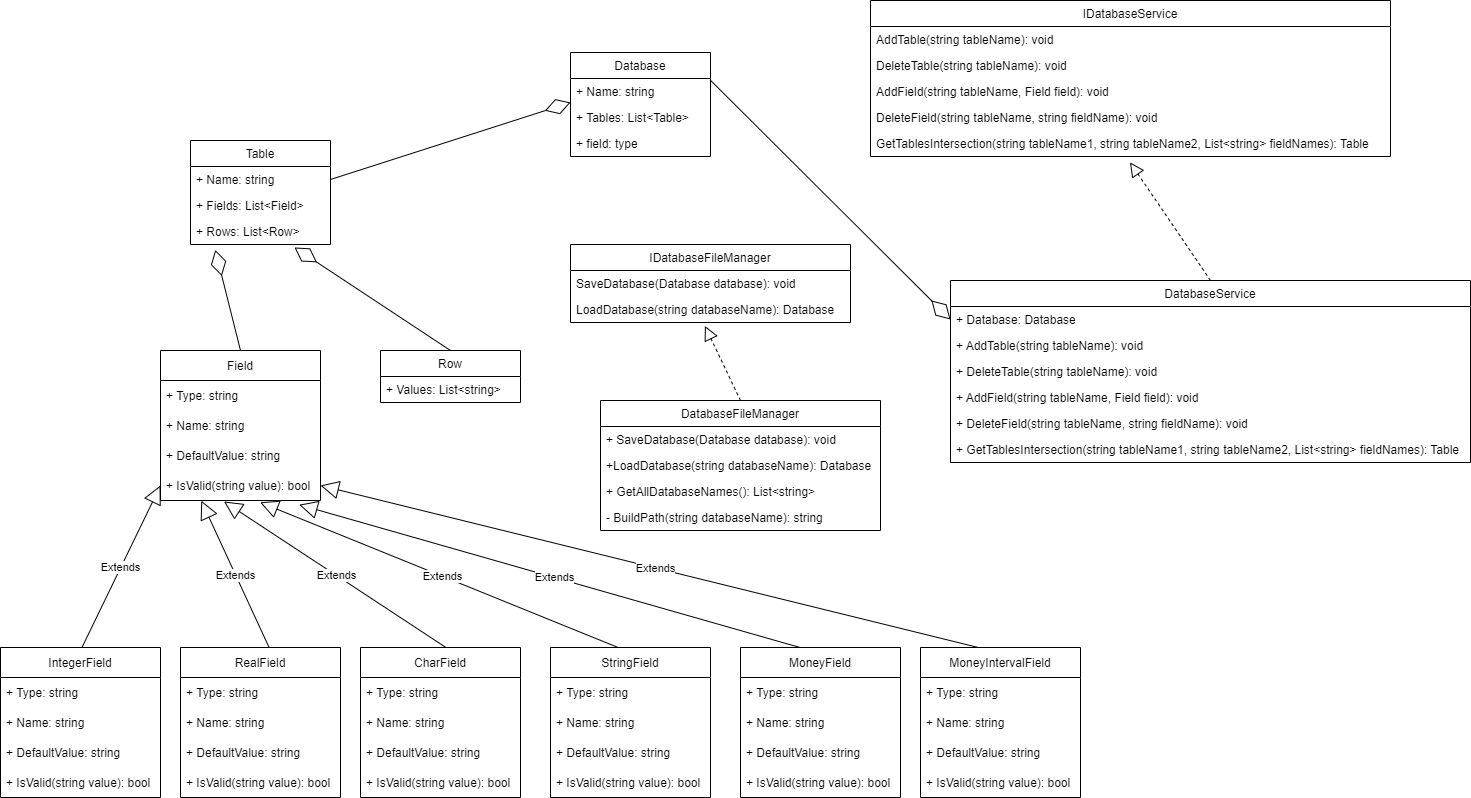
This is img/ClassDiagram1.png from Serhii-beep/DatabaseManagementSystem, a draw.io export, as it was before one commit. Source tidied: cells renumbered, new cells last; positions are measured from the earlier drawing's top-left corner, leaving out a move shared by most shapes.
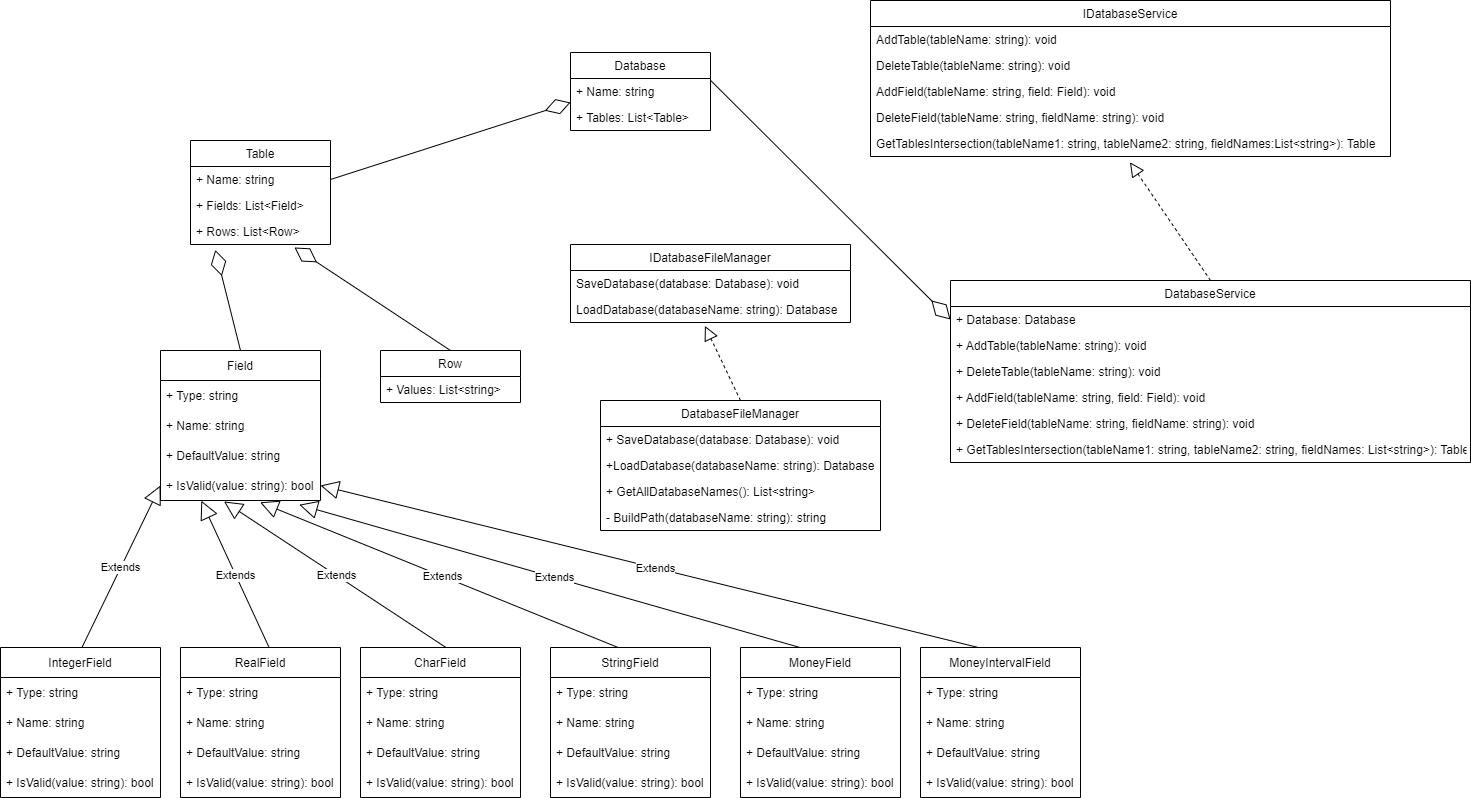
The same file after the commit.

Change to the diagram source:
```diff
@@ -14,7 +14,7 @@
     <mxCell id="5" value="+ DefaultValue: string" style="text;strokeColor=none;fillColor=none;align=left;verticalAlign=middle;spacingLeft=4;spacingRight=4;overflow=hidden;" parent="2" vertex="1">
       <mxGeometry y="90" width="160" height="30" as="geometry" />
     </mxCell>
-    <mxCell id="6" value="+ IsValid(string value): bool" style="text;strokeColor=none;fillColor=none;align=left;verticalAlign=middle;spacingLeft=4;spacingRight=4;overflow=hidden;points=[[0,0.5],[1,0.5]];portConstraint=eastwest;" parent="2" vertex="1">
+    <mxCell id="6" value="+ IsValid(value: string): bool" style="text;strokeColor=none;fillColor=none;align=left;verticalAlign=middle;spacingLeft=4;spacingRight=4;overflow=hidden;points=[[0,0.5],[1,0.5]];portConstraint=eastwest;" parent="2" vertex="1">
       <mxGeometry y="120" width="160" height="30" as="geometry" />
     </mxCell>
     <mxCell id="7" value="Extends" style="endArrow=block;endSize=16;endFill=0;html=1;rounded=0;exitX=0.5;exitY=0;exitDx=0;exitDy=0;entryX=0;entryY=0.5;entryDx=0;entryDy=0;" parent="1" edge="1" target="6">
@@ -66,7 +66,7 @@
       <mxGeometry y="78" width="140" height="26" as="geometry" />
     </mxCell>
     <mxCell id="19" value="Database" style="swimlane;fontStyle=0;horizontal=1;startSize=26;fillColor=none;" parent="1" vertex="1">
-      <mxGeometry x="570" y="52" width="140" height="104" as="geometry" />
+      <mxGeometry x="570" y="52" width="140" height="78" as="geometry" />
     </mxCell>
     <mxCell id="20" value="+ Name: string" style="text;strokeColor=none;fillColor=none;align=left;verticalAlign=top;spacingLeft=4;spacingRight=4;overflow=hidden;points=[[0,0.5],[1,0.5]];portConstraint=eastwest;" parent="19" vertex="1">
       <mxGeometry y="26" width="140" height="26" as="geometry" />
@@ -74,9 +74,6 @@
     <mxCell id="21" value="+ Tables: List&lt;Table&gt;" style="text;strokeColor=none;fillColor=none;align=left;verticalAlign=top;spacingLeft=4;spacingRight=4;overflow=hidden;" parent="19" vertex="1">
       <mxGeometry y="52" width="140" height="26" as="geometry" />
     </mxCell>
-    <mxCell id="22" value="+ field: type" style="text;strokeColor=none;fillColor=none;align=left;verticalAlign=top;spacingLeft=4;spacingRight=4;overflow=hidden;" parent="19" vertex="1">
-      <mxGeometry y="78" width="140" height="26" as="geometry" />
-    </mxCell>
     <mxCell id="23" style="endArrow=diamondThin;endFill=0;endSize=24;html=1;rounded=0;entryX=0.177;entryY=1.208;entryDx=0;entryDy=0;entryPerimeter=0;exitX=0.5;exitY=0;exitDx=0;exitDy=0;" parent="1" edge="1" source="2" target="18">
       <mxGeometry relative="1" as="geometry" />
     </mxCell>
@@ -89,10 +86,10 @@
     <mxCell id="26" value="IDatabaseFileManager" style="swimlane;fontStyle=0;horizontal=1;startSize=26;fillColor=none;" parent="1" vertex="1">
       <mxGeometry x="570" y="244" width="280" height="78" as="geometry" />
     </mxCell>
-    <mxCell id="27" value="SaveDatabase(Database database): void" style="text;strokeColor=none;fillColor=none;align=left;verticalAlign=top;spacingLeft=4;spacingRight=4;overflow=hidden;" parent="26" vertex="1">
+    <mxCell id="27" value="SaveDatabase(database: Database): void" style="text;strokeColor=none;fillColor=none;align=left;verticalAlign=top;spacingLeft=4;spacingRight=4;overflow=hidden;" parent="26" vertex="1">
       <mxGeometry y="26" width="280" height="26" as="geometry" />
     </mxCell>
-    <mxCell id="28" value="LoadDatabase(string databaseName): Database" style="text;strokeColor=none;fillColor=none;align=left;verticalAlign=top;spacingLeft=4;spacingRight=4;overflow=hidden;points=[[0,0.5],[1,0.5]];portConstraint=eastwest;" parent="26" vertex="1">
+    <mxCell id="28" value="LoadDatabase(databaseName: string): Database" style="text;strokeColor=none;fillColor=none;align=left;verticalAlign=top;spacingLeft=4;spacingRight=4;overflow=hidden;points=[[0,0.5],[1,0.5]];portConstraint=eastwest;" parent="26" vertex="1">
       <mxGeometry y="52" width="280" height="26" as="geometry" />
     </mxCell>
     <mxCell id="29" style="endArrow=block;dashed=1;endFill=0;endSize=12;html=1;rounded=0;entryX=0.48;entryY=1.131;entryDx=0;entryDy=0;entryPerimeter=0;exitX=0.5;exitY=0;exitDx=0;exitDy=0;" parent="1" edge="1" source="30" target="28">
@@ -101,34 +98,34 @@
     <mxCell id="30" value="DatabaseFileManager" style="swimlane;fontStyle=0;horizontal=1;startSize=26;fillColor=none;" parent="1" vertex="1">
       <mxGeometry x="600" y="400" width="280" height="130" as="geometry" />
     </mxCell>
-    <mxCell id="31" value="+ SaveDatabase(Database database): void" style="text;strokeColor=none;fillColor=none;align=left;verticalAlign=top;spacingLeft=4;spacingRight=4;overflow=hidden;" parent="30" vertex="1">
+    <mxCell id="31" value="+ SaveDatabase(database: Database): void" style="text;strokeColor=none;fillColor=none;align=left;verticalAlign=top;spacingLeft=4;spacingRight=4;overflow=hidden;" parent="30" vertex="1">
       <mxGeometry y="26" width="280" height="26" as="geometry" />
     </mxCell>
-    <mxCell id="32" value="+LoadDatabase(string databaseName): Database" style="text;strokeColor=none;fillColor=none;align=left;verticalAlign=top;spacingLeft=4;spacingRight=4;overflow=hidden;" parent="30" vertex="1">
+    <mxCell id="32" value="+LoadDatabase(databaseName: string): Database" style="text;strokeColor=none;fillColor=none;align=left;verticalAlign=top;spacingLeft=4;spacingRight=4;overflow=hidden;" parent="30" vertex="1">
       <mxGeometry y="52" width="280" height="26" as="geometry" />
     </mxCell>
     <mxCell id="33" value="+ GetAllDatabaseNames(): List&lt;string&gt;" style="text;strokeColor=none;fillColor=none;align=left;verticalAlign=top;spacingLeft=4;spacingRight=4;overflow=hidden;" parent="30" vertex="1">
       <mxGeometry y="78" width="280" height="26" as="geometry" />
     </mxCell>
-    <mxCell id="34" value="- BuildPath(string databaseName): string" style="text;strokeColor=none;fillColor=none;align=left;verticalAlign=top;spacingLeft=4;spacingRight=4;overflow=hidden;" parent="30" vertex="1">
+    <mxCell id="34" value="- BuildPath(databaseName: string): string" style="text;strokeColor=none;fillColor=none;align=left;verticalAlign=top;spacingLeft=4;spacingRight=4;overflow=hidden;" parent="30" vertex="1">
       <mxGeometry y="104" width="280" height="26" as="geometry" />
     </mxCell>
     <mxCell id="35" value="IDatabaseService" style="swimlane;fontStyle=0;horizontal=1;startSize=26;fillColor=none;" parent="1" vertex="1">
       <mxGeometry x="870" width="520" height="156" as="geometry" />
     </mxCell>
-    <mxCell id="36" value="AddTable(string tableName): void" style="text;strokeColor=none;fillColor=none;align=left;verticalAlign=top;spacingLeft=4;spacingRight=4;overflow=hidden;" parent="35" vertex="1">
+    <mxCell id="36" value="AddTable(tableName: string): void" style="text;strokeColor=none;fillColor=none;align=left;verticalAlign=top;spacingLeft=4;spacingRight=4;overflow=hidden;" parent="35" vertex="1">
       <mxGeometry y="26" width="520" height="26" as="geometry" />
     </mxCell>
-    <mxCell id="37" value="DeleteTable(string tableName): void" style="text;strokeColor=none;fillColor=none;align=left;verticalAlign=top;spacingLeft=4;spacingRight=4;overflow=hidden;" parent="35" vertex="1">
+    <mxCell id="37" value="DeleteTable(tableName: string): void" style="text;strokeColor=none;fillColor=none;align=left;verticalAlign=top;spacingLeft=4;spacingRight=4;overflow=hidden;" parent="35" vertex="1">
       <mxGeometry y="52" width="520" height="26" as="geometry" />
     </mxCell>
-    <mxCell id="38" value="AddField(string tableName, Field field): void" style="text;strokeColor=none;fillColor=none;align=left;verticalAlign=top;spacingLeft=4;spacingRight=4;overflow=hidden;" parent="35" vertex="1">
+    <mxCell id="38" value="AddField(tableName: string, field: Field): void" style="text;strokeColor=none;fillColor=none;align=left;verticalAlign=top;spacingLeft=4;spacingRight=4;overflow=hidden;" parent="35" vertex="1">
       <mxGeometry y="78" width="520" height="26" as="geometry" />
     </mxCell>
-    <mxCell id="39" value="DeleteField(string tableName, string fieldName): void" style="text;strokeColor=none;fillColor=none;align=left;verticalAlign=top;spacingLeft=4;spacingRight=4;overflow=hidden;" parent="35" vertex="1">
+    <mxCell id="39" value="DeleteField(tableName: string, fieldName: string): void" style="text;strokeColor=none;fillColor=none;align=left;verticalAlign=top;spacingLeft=4;spacingRight=4;overflow=hidden;" parent="35" vertex="1">
       <mxGeometry y="104" width="520" height="26" as="geometry" />
     </mxCell>
-    <mxCell id="40" value="GetTablesIntersection(string tableName1, string tableName2, List&lt;string&gt; fieldNames): Table" style="text;strokeColor=none;fillColor=none;align=left;verticalAlign=top;spacingLeft=4;spacingRight=4;overflow=hidden;points=[[0,0.5],[1,0.5]];portConstraint=eastwest;" parent="35" vertex="1">
+    <mxCell id="40" value="GetTablesIntersection(tableName1: string, tableName2: string, fieldNames:List&lt;string&gt;): Table" style="text;strokeColor=none;fillColor=none;align=left;verticalAlign=top;spacingLeft=4;spacingRight=4;overflow=hidden;points=[[0,0.5],[1,0.5]];portConstraint=eastwest;" parent="35" vertex="1">
       <mxGeometry y="130" width="520" height="26" as="geometry" />
     </mxCell>
     <mxCell id="41" value="DatabaseService" style="swimlane;fontStyle=0;horizontal=1;startSize=26;fillColor=none;" parent="1" vertex="1">
@@ -137,19 +134,19 @@
     <mxCell id="42" value="+ Database: Database" style="text;strokeColor=none;fillColor=none;align=left;verticalAlign=top;spacingLeft=4;spacingRight=4;overflow=hidden;points=[[0,0.5],[1,0.5]];portConstraint=eastwest;" parent="41" vertex="1">
       <mxGeometry y="26" width="520" height="26" as="geometry" />
     </mxCell>
-    <mxCell id="43" value="+ AddTable(string tableName): void" style="text;strokeColor=none;fillColor=none;align=left;verticalAlign=top;spacingLeft=4;spacingRight=4;overflow=hidden;" parent="41" vertex="1">
+    <mxCell id="43" value="+ AddTable(tableName: string): void" style="text;strokeColor=none;fillColor=none;align=left;verticalAlign=top;spacingLeft=4;spacingRight=4;overflow=hidden;" parent="41" vertex="1">
       <mxGeometry y="52" width="520" height="26" as="geometry" />
     </mxCell>
-    <mxCell id="44" value="+ DeleteTable(string tableName): void" style="text;strokeColor=none;fillColor=none;align=left;verticalAlign=top;spacingLeft=4;spacingRight=4;overflow=hidden;" parent="41" vertex="1">
+    <mxCell id="44" value="+ DeleteTable(tableName: string): void" style="text;strokeColor=none;fillColor=none;align=left;verticalAlign=top;spacingLeft=4;spacingRight=4;overflow=hidden;" parent="41" vertex="1">
       <mxGeometry y="78" width="520" height="26" as="geometry" />
     </mxCell>
-    <mxCell id="45" value="+ AddField(string tableName, Field field): void" style="text;strokeColor=none;fillColor=none;align=left;verticalAlign=top;spacingLeft=4;spacingRight=4;overflow=hidden;" parent="41" vertex="1">
+    <mxCell id="45" value="+ AddField(tableName: string, field: Field): void" style="text;strokeColor=none;fillColor=none;align=left;verticalAlign=top;spacingLeft=4;spacingRight=4;overflow=hidden;" parent="41" vertex="1">
       <mxGeometry y="104" width="520" height="26" as="geometry" />
     </mxCell>
-    <mxCell id="46" value="+ DeleteField(string tableName, string fieldName): void" style="text;strokeColor=none;fillColor=none;align=left;verticalAlign=top;spacingLeft=4;spacingRight=4;overflow=hidden;" parent="41" vertex="1">
+    <mxCell id="46" value="+ DeleteField(tableName: string, fieldName: string): void" style="text;strokeColor=none;fillColor=none;align=left;verticalAlign=top;spacingLeft=4;spacingRight=4;overflow=hidden;" parent="41" vertex="1">
       <mxGeometry y="130" width="520" height="26" as="geometry" />
     </mxCell>
-    <mxCell id="47" value="+ GetTablesIntersection(string tableName1, string tableName2, List&lt;string&gt; fieldNames): Table" style="text;strokeColor=none;fillColor=none;align=left;verticalAlign=top;spacingLeft=4;spacingRight=4;overflow=hidden;" parent="41" vertex="1">
+    <mxCell id="47" value="+ GetTablesIntersection(tableName1: string, tableName2: string, fieldNames: List&lt;string&gt;): Table" style="text;strokeColor=none;fillColor=none;align=left;verticalAlign=top;spacingLeft=4;spacingRight=4;overflow=hidden;" parent="41" vertex="1">
       <mxGeometry y="156" width="520" height="26" as="geometry" />
     </mxCell>
     <mxCell id="48" style="endArrow=block;dashed=1;endFill=0;endSize=12;html=1;rounded=0;entryX=0.499;entryY=1.223;entryDx=0;entryDy=0;entryPerimeter=0;exitX=0.5;exitY=0;exitDx=0;exitDy=0;" parent="1" edge="1" source="41" target="40">
@@ -170,7 +167,7 @@
     <mxCell id="53" value="+ DefaultValue: string" style="text;strokeColor=none;fillColor=none;align=left;verticalAlign=middle;spacingLeft=4;spacingRight=4;overflow=hidden;" parent="50" vertex="1">
       <mxGeometry y="90" width="160" height="30" as="geometry" />
     </mxCell>
-    <mxCell id="54" value="+ IsValid(string value): bool" style="text;strokeColor=none;fillColor=none;align=left;verticalAlign=middle;spacingLeft=4;spacingRight=4;overflow=hidden;" parent="50" vertex="1">
+    <mxCell id="54" value="+ IsValid(value: string): bool" style="text;strokeColor=none;fillColor=none;align=left;verticalAlign=middle;spacingLeft=4;spacingRight=4;overflow=hidden;" parent="50" vertex="1">
       <mxGeometry y="120" width="160" height="30" as="geometry" />
     </mxCell>
     <mxCell id="55" value="RealField" style="swimlane;fontStyle=0;horizontal=1;startSize=30;" parent="1" vertex="1">
@@ -185,7 +182,7 @@
     <mxCell id="58" value="+ DefaultValue: string" style="text;strokeColor=none;fillColor=none;align=left;verticalAlign=middle;spacingLeft=4;spacingRight=4;overflow=hidden;" parent="55" vertex="1">
       <mxGeometry y="90" width="160" height="30" as="geometry" />
     </mxCell>
-    <mxCell id="59" value="+ IsValid(string value): bool" style="text;strokeColor=none;fillColor=none;align=left;verticalAlign=middle;spacingLeft=4;spacingRight=4;overflow=hidden;" parent="55" vertex="1">
+    <mxCell id="59" value="+ IsValid(value: string): bool" style="text;strokeColor=none;fillColor=none;align=left;verticalAlign=middle;spacingLeft=4;spacingRight=4;overflow=hidden;" parent="55" vertex="1">
       <mxGeometry y="120" width="160" height="30" as="geometry" />
     </mxCell>
     <mxCell id="60" value="CharField" style="swimlane;fontStyle=0;horizontal=1;startSize=30;" parent="1" vertex="1">
@@ -200,7 +197,7 @@
     <mxCell id="63" value="+ DefaultValue: string" style="text;strokeColor=none;fillColor=none;align=left;verticalAlign=middle;spacingLeft=4;spacingRight=4;overflow=hidden;" parent="60" vertex="1">
       <mxGeometry y="90" width="160" height="30" as="geometry" />
     </mxCell>
-    <mxCell id="64" value="+ IsValid(string value): bool" style="text;strokeColor=none;fillColor=none;align=left;verticalAlign=middle;spacingLeft=4;spacingRight=4;overflow=hidden;" parent="60" vertex="1">
+    <mxCell id="64" value="+ IsValid(value: string): bool" style="text;strokeColor=none;fillColor=none;align=left;verticalAlign=middle;spacingLeft=4;spacingRight=4;overflow=hidden;" parent="60" vertex="1">
       <mxGeometry y="120" width="160" height="30" as="geometry" />
     </mxCell>
     <mxCell id="65" value="StringField" style="swimlane;fontStyle=0;horizontal=1;startSize=30;" parent="1" vertex="1">
@@ -215,7 +212,7 @@
     <mxCell id="68" value="+ DefaultValue: string" style="text;strokeColor=none;fillColor=none;align=left;verticalAlign=middle;spacingLeft=4;spacingRight=4;overflow=hidden;" parent="65" vertex="1">
       <mxGeometry y="90" width="160" height="30" as="geometry" />
     </mxCell>
-    <mxCell id="69" value="+ IsValid(string value): bool" style="text;strokeColor=none;fillColor=none;align=left;verticalAlign=middle;spacingLeft=4;spacingRight=4;overflow=hidden;" parent="65" vertex="1">
+    <mxCell id="69" value="+ IsValid(value: string): bool" style="text;strokeColor=none;fillColor=none;align=left;verticalAlign=middle;spacingLeft=4;spacingRight=4;overflow=hidden;" parent="65" vertex="1">
       <mxGeometry y="120" width="160" height="30" as="geometry" />
     </mxCell>
     <mxCell id="70" value="MoneyField" style="swimlane;fontStyle=0;horizontal=1;startSize=30;" parent="1" vertex="1">
@@ -230,7 +227,7 @@
     <mxCell id="73" value="+ DefaultValue: string" style="text;strokeColor=none;fillColor=none;align=left;verticalAlign=middle;spacingLeft=4;spacingRight=4;overflow=hidden;" parent="70" vertex="1">
       <mxGeometry y="90" width="160" height="30" as="geometry" />
     </mxCell>
-    <mxCell id="74" value="+ IsValid(string value): bool" style="text;strokeColor=none;fillColor=none;align=left;verticalAlign=middle;spacingLeft=4;spacingRight=4;overflow=hidden;" parent="70" vertex="1">
+    <mxCell id="74" value="+ IsValid(value: string): bool" style="text;strokeColor=none;fillColor=none;align=left;verticalAlign=middle;spacingLeft=4;spacingRight=4;overflow=hidden;" parent="70" vertex="1">
       <mxGeometry y="120" width="160" height="30" as="geometry" />
     </mxCell>
     <mxCell id="75" value="MoneyIntervalField" style="swimlane;fontStyle=0;horizontal=1;startSize=30;" parent="1" vertex="1">
@@ -245,7 +242,7 @@
     <mxCell id="78" value="+ DefaultValue: string" style="text;strokeColor=none;fillColor=none;align=left;verticalAlign=middle;spacingLeft=4;spacingRight=4;overflow=hidden;" parent="75" vertex="1">
       <mxGeometry y="90" width="160" height="30" as="geometry" />
     </mxCell>
-    <mxCell id="79" value="+ IsValid(string value): bool" style="text;strokeColor=none;fillColor=none;align=left;verticalAlign=middle;spacingLeft=4;spacingRight=4;overflow=hidden;" parent="75" vertex="1">
+    <mxCell id="79" value="+ IsValid(value: string): bool" style="text;strokeColor=none;fillColor=none;align=left;verticalAlign=middle;spacingLeft=4;spacingRight=4;overflow=hidden;" parent="75" vertex="1">
       <mxGeometry y="120" width="160" height="30" as="geometry" />
     </mxCell>
   </root>
```
